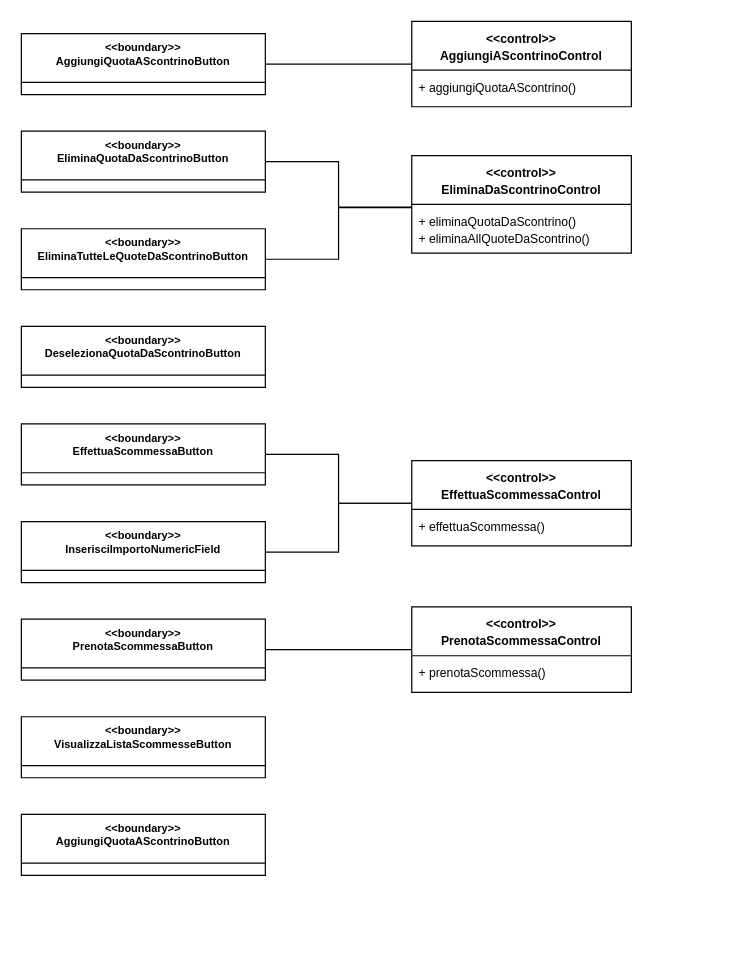
Earlier version of the draw.io diagram MO_GSC_1.drawio (RaffyManzo/ISProject). Source tidied: cells renumbered, new cells numbered last; positions are measured from the earlier drawing's top-left corner, leaving out a move shared by most shapes. Both pictures are drawn from the tidied source at 122%, with x=0, y=0 at pixel (21, 21).
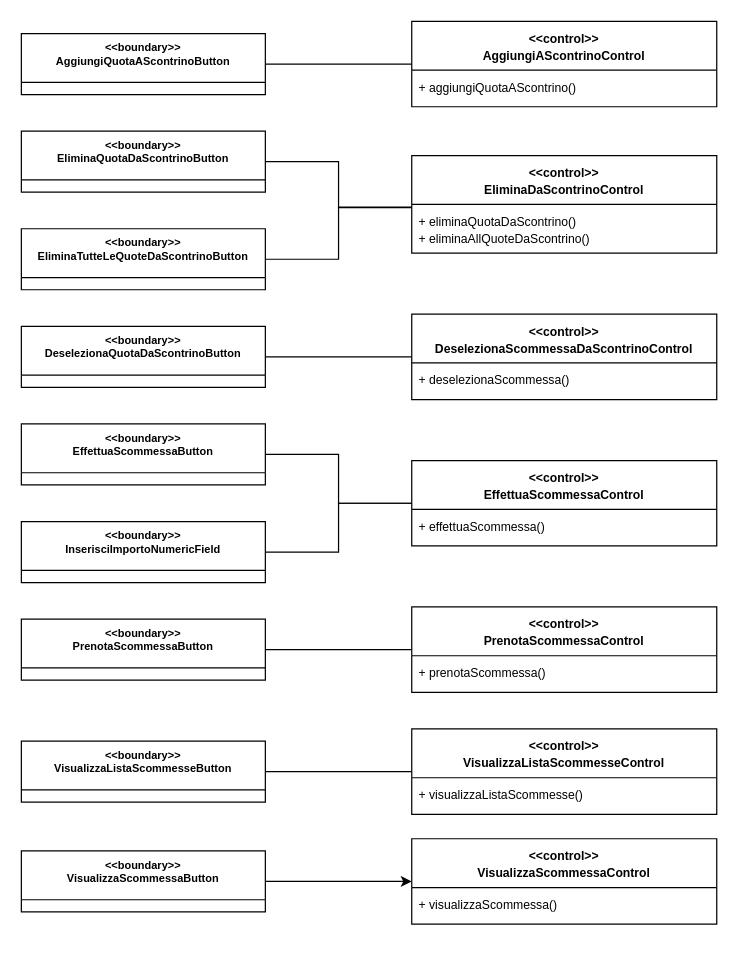
The same page after the edit.

The change refers to these unchanged cells:
```xml
<mxCell id="7" value="&lt;div style=&quot;font-size: 9px;&quot;&gt;&lt;font style=&quot;font-size: 9px;&quot;&gt;&amp;lt;&amp;lt;boundary&amp;gt;&amp;gt;&lt;br&gt;DeselezionaQuotaDaScontrinoButton&lt;br&gt;&lt;br&gt;&lt;/font&gt;&lt;/div&gt;&lt;div style=&quot;font-size: 11px;&quot;&gt;&lt;font style=&quot;font-size: 11px;&quot;&gt;&lt;br&gt;&lt;/font&gt;&lt;/div&gt;" style="swimlane;fontStyle=1;align=center;verticalAlign=top;horizontal=1;startSize=40;whiteSpace=wrap;html=1;" parent="1" vertex="1">
  <mxGeometry y="250" width="200" height="50" as="geometry" />
</mxCell>
```

The edit, as a diff of the source:
```diff
@@
+    <mxCell id="25" style="edgeStyle=orthogonalEdgeStyle;rounded=0;jettySize=auto;html=1;exitX=1;exitY=0.5;exitDx=0;exitDy=0;entryX=0;entryY=0.5;entryDx=0;entryDy=0;endArrow=none;endFill=0;" parent="1" edge="1" source="7" target="28">
+      <mxGeometry relative="1" as="geometry" />
+    </mxCell>
@@
+    <mxCell id="26" style="edgeStyle=orthogonalEdgeStyle;rounded=0;jettySize=auto;html=1;exitX=1;exitY=0.5;exitDx=0;exitDy=0;entryX=0;entryY=0.5;entryDx=0;entryDy=0;endArrow=none;endFill=0;" parent="1" edge="1" source="12" target="30">
+      <mxGeometry relative="1" as="geometry" />
+    </mxCell>
     <mxCell id="12" value="&lt;div style=&quot;font-size: 9px;&quot;&gt;&lt;font style=&quot;font-size: 9px;&quot;&gt;&amp;lt;&amp;lt;boundary&amp;gt;&amp;gt;&lt;br&gt;VisualizzaListaScommesseButton&lt;br&gt;&lt;br&gt;&lt;/font&gt;&lt;/div&gt;&lt;div style=&quot;font-size: 11px;&quot;&gt;&lt;font style=&quot;font-size: 11px;&quot;&gt;&lt;br&gt;&lt;/font&gt;&lt;/div&gt;" style="swimlane;fontStyle=1;align=center;verticalAlign=top;horizontal=1;startSize=40;whiteSpace=wrap;html=1;" parent="1" vertex="1">
-      <mxGeometry y="570" width="200" height="50" as="geometry" />
+      <mxGeometry y="590" width="200" height="50" as="geometry" />
     </mxCell>
+    <mxCell id="27" style="edgeStyle=orthogonalEdgeStyle;rounded=0;jettySize=auto;html=1;exitX=1;exitY=0.5;exitDx=0;exitDy=0;entryX=0;entryY=0.5;entryDx=0;entryDy=0;" parent="1" edge="1" source="13" target="32">
+      <mxGeometry relative="1" as="geometry" />
+    </mxCell>
-    <mxCell id="13" value="&lt;div style=&quot;font-size: 9px;&quot;&gt;&lt;font style=&quot;font-size: 9px;&quot;&gt;&amp;lt;&amp;lt;boundary&amp;gt;&amp;gt;&lt;br&gt;AggiungiQuotaAScontrinoButton&lt;br&gt;&lt;br&gt;&lt;/font&gt;&lt;/div&gt;&lt;div style=&quot;font-size: 11px;&quot;&gt;&lt;font style=&quot;font-size: 11px;&quot;&gt;&lt;br&gt;&lt;/font&gt;&lt;/div&gt;" style="swimlane;fontStyle=1;align=center;verticalAlign=top;horizontal=1;startSize=40;whiteSpace=wrap;html=1;" parent="1" vertex="1">
-      <mxGeometry y="650" width="200" height="50" as="geometry" />
+    <mxCell id="13" value="&lt;div style=&quot;font-size: 9px;&quot;&gt;&lt;font style=&quot;font-size: 9px;&quot;&gt;&amp;lt;&amp;lt;boundary&amp;gt;&amp;gt;&lt;br&gt;VisualizzaScommessaButton&lt;br&gt;&lt;br&gt;&lt;/font&gt;&lt;/div&gt;&lt;div style=&quot;font-size: 11px;&quot;&gt;&lt;font style=&quot;font-size: 11px;&quot;&gt;&lt;br&gt;&lt;/font&gt;&lt;/div&gt;" style="swimlane;fontStyle=1;align=center;verticalAlign=top;horizontal=1;startSize=40;whiteSpace=wrap;html=1;" parent="1" vertex="1">
+      <mxGeometry y="680" width="200" height="50" as="geometry" />
     </mxCell>
     <mxCell id="14" value="&lt;font style=&quot;font-size: 10px;&quot;&gt;&amp;lt;&amp;lt;control&amp;gt;&amp;gt;&lt;br&gt;&lt;span id=&quot;docs-internal-guid-7ee03893-7fff-98da-c368-7b05f4dbbb7c&quot; style=&quot;font-family: &amp;quot;Century Gothic&amp;quot;, sans-serif; color: rgb(0, 0, 0); background-color: transparent; font-weight: 700; font-style: normal; font-variant: normal; text-decoration: none; vertical-align: baseline; white-space: pre-wrap;&quot;&gt;AggiungiAScontrinoControl&lt;/span&gt;&lt;/font&gt;&lt;br&gt;&lt;br&gt;&lt;font style=&quot;font-size: 9px;&quot;&gt;&lt;br&gt;&lt;/font&gt;&lt;div&gt;&lt;br/&gt;&lt;/div&gt;" style="swimlane;fontStyle=1;align=center;verticalAlign=top;horizontal=1;startSize=40;whiteSpace=wrap;html=1;" parent="1" vertex="1">
-      <mxGeometry x="320" width="180" height="70" as="geometry" />
+      <mxGeometry x="320" width="250" height="70" as="geometry" />
     </mxCell>
     <mxCell id="15" value="&lt;font style=&quot;font-size: 10px;&quot;&gt;+ aggiungiQuotaAScontrino()&lt;/font&gt;" style="text;strokeColor=none;fillColor=none;align=left;verticalAlign=top;spacingLeft=4;spacingRight=4;overflow=hidden;whiteSpace=wrap;html=1;" parent="14" vertex="1">
-      <mxGeometry y="40" width="180" height="30" as="geometry" />
+      <mxGeometry y="40" width="250" height="30" as="geometry" />
     </mxCell>
     <mxCell id="16" value="&lt;font style=&quot;font-size: 10px;&quot;&gt;&amp;lt;&amp;lt;control&amp;gt;&amp;gt;&lt;br&gt;&lt;span id=&quot;docs-internal-guid-7ee03893-7fff-98da-c368-7b05f4dbbb7c&quot; style=&quot;font-family: &amp;quot;Century Gothic&amp;quot;, sans-serif; color: rgb(0, 0, 0); background-color: transparent; font-weight: 700; font-style: normal; font-variant: normal; text-decoration: none; vertical-align: baseline; white-space: pre-wrap;&quot;&gt;EliminaDaScontrinoControl&lt;/span&gt;&lt;/font&gt;&lt;br&gt;&lt;br&gt;&lt;font style=&quot;font-size: 9px;&quot;&gt;&lt;br&gt;&lt;/font&gt;&lt;div&gt;&lt;br&gt;&lt;/div&gt;" style="swimlane;fontStyle=1;align=center;verticalAlign=top;horizontal=1;startSize=40;whiteSpace=wrap;html=1;" parent="1" vertex="1">
-      <mxGeometry x="320" y="110" width="180" height="80" as="geometry" />
+      <mxGeometry x="320" y="110" width="250" height="80" as="geometry" />
     </mxCell>
     <mxCell id="17" value="&lt;font style=&quot;font-size: 10px;&quot;&gt;+ eliminaQuotaDaScontrino()&lt;br&gt;+ eliminaAllQuoteDaScontrino()&lt;/font&gt;" style="text;strokeColor=none;fillColor=none;align=left;verticalAlign=top;spacingLeft=4;spacingRight=4;overflow=hidden;points=[[0,0.5],[1,0.5]];portConstraint=eastwest;whiteSpace=wrap;html=1;" parent="16" vertex="1">
-      <mxGeometry y="40" width="180" height="40" as="geometry" />
+      <mxGeometry y="40" width="250" height="40" as="geometry" />
     </mxCell>
@@
     <mxCell id="19" value="&lt;font style=&quot;font-size: 10px;&quot;&gt;&amp;lt;&amp;lt;control&amp;gt;&amp;gt;&lt;br&gt;&lt;span id=&quot;docs-internal-guid-7ee03893-7fff-98da-c368-7b05f4dbbb7c&quot; style=&quot;font-family: &amp;quot;Century Gothic&amp;quot;, sans-serif; color: rgb(0, 0, 0); background-color: transparent; font-weight: 700; font-style: normal; font-variant: normal; text-decoration: none; vertical-align: baseline; white-space: pre-wrap;&quot;&gt;PrenotaScommessaControl&lt;/span&gt;&lt;/font&gt;&lt;br&gt;&lt;br&gt;&lt;font style=&quot;font-size: 9px;&quot;&gt;&lt;br&gt;&lt;/font&gt;&lt;div&gt;&lt;br&gt;&lt;/div&gt;" style="swimlane;fontStyle=1;align=center;verticalAlign=top;horizontal=1;startSize=40;whiteSpace=wrap;html=1;" parent="1" vertex="1">
-      <mxGeometry x="320" y="480" width="180" height="70" as="geometry" />
+      <mxGeometry x="320" y="480" width="250" height="70" as="geometry" />
     </mxCell>
     <mxCell id="20" value="&lt;font style=&quot;font-size: 10px;&quot;&gt;+ prenotaScommessa()&lt;/font&gt;" style="text;strokeColor=none;fillColor=none;align=left;verticalAlign=top;spacingLeft=4;spacingRight=4;overflow=hidden;whiteSpace=wrap;html=1;" parent="19" vertex="1">
-      <mxGeometry y="40" width="180" height="30" as="geometry" />
+      <mxGeometry y="40" width="250" height="30" as="geometry" />
     </mxCell>
     <mxCell id="21" value="&lt;font style=&quot;font-size: 10px;&quot;&gt;&amp;lt;&amp;lt;control&amp;gt;&amp;gt;&lt;br&gt;EffettuaScommessaControl&lt;/font&gt;&lt;br&gt;&lt;br&gt;&lt;font style=&quot;font-size: 9px;&quot;&gt;&lt;br&gt;&lt;/font&gt;&lt;div&gt;&lt;br&gt;&lt;/div&gt;" style="swimlane;fontStyle=1;align=center;verticalAlign=top;horizontal=1;startSize=40;whiteSpace=wrap;html=1;" parent="1" vertex="1">
-      <mxGeometry x="320" y="360" width="180" height="70" as="geometry" />
+      <mxGeometry x="320" y="360" width="250" height="70" as="geometry" />
     </mxCell>
     <mxCell id="22" value="&lt;font style=&quot;font-size: 10px;&quot;&gt;+ effettuaScommessa()&lt;/font&gt;" style="text;strokeColor=none;fillColor=none;align=left;verticalAlign=top;spacingLeft=4;spacingRight=4;overflow=hidden;whiteSpace=wrap;html=1;" parent="21" vertex="1">
-      <mxGeometry y="40" width="180" height="30" as="geometry" />
+      <mxGeometry y="40" width="250" height="30" as="geometry" />
     </mxCell>
@@
+    <mxCell id="28" value="&lt;font style=&quot;font-size: 10px;&quot;&gt;&amp;lt;&amp;lt;control&amp;gt;&amp;gt;&lt;br&gt;DeselezionaScommessaDaScontrinoControl&lt;/font&gt;&lt;br&gt;&lt;br&gt;&lt;font style=&quot;font-size: 9px;&quot;&gt;&lt;br&gt;&lt;/font&gt;&lt;div&gt;&lt;br&gt;&lt;/div&gt;" style="swimlane;fontStyle=1;align=center;verticalAlign=top;horizontal=1;startSize=40;whiteSpace=wrap;html=1;" parent="1" vertex="1">
+      <mxGeometry x="320" y="240" width="250" height="70" as="geometry" />
+    </mxCell>
+    <mxCell id="29" value="&lt;font style=&quot;font-size: 10px;&quot;&gt;+ deselezionaScommessa()&lt;/font&gt;" style="text;strokeColor=none;fillColor=none;align=left;verticalAlign=top;spacingLeft=4;spacingRight=4;overflow=hidden;whiteSpace=wrap;html=1;" parent="28" vertex="1">
+      <mxGeometry y="40" width="250" height="30" as="geometry" />
+    </mxCell>
+    <mxCell id="30" value="&lt;font style=&quot;font-size: 10px;&quot;&gt;&amp;lt;&amp;lt;control&amp;gt;&amp;gt;&lt;br&gt;&lt;span id=&quot;docs-internal-guid-7ee03893-7fff-98da-c368-7b05f4dbbb7c&quot; style=&quot;font-family: &amp;quot;Century Gothic&amp;quot;, sans-serif; color: rgb(0, 0, 0); background-color: transparent; font-weight: 700; font-style: normal; font-variant: normal; text-decoration: none; vertical-align: baseline; white-space: pre-wrap;&quot;&gt;VisualizzaListaScommesseControl&lt;/span&gt;&lt;/font&gt;&lt;br&gt;&lt;br&gt;&lt;font style=&quot;font-size: 9px;&quot;&gt;&lt;br&gt;&lt;/font&gt;&lt;div&gt;&lt;br&gt;&lt;/div&gt;" style="swimlane;fontStyle=1;align=center;verticalAlign=top;horizontal=1;startSize=40;whiteSpace=wrap;html=1;" parent="1" vertex="1">
+      <mxGeometry x="320" y="580" width="250" height="70" as="geometry" />
+    </mxCell>
+    <mxCell id="31" value="&lt;font style=&quot;font-size: 10px;&quot;&gt;+ visualizzaListaScommesse()&lt;/font&gt;" style="text;strokeColor=none;fillColor=none;align=left;verticalAlign=top;spacingLeft=4;spacingRight=4;overflow=hidden;whiteSpace=wrap;html=1;" parent="30" vertex="1">
+      <mxGeometry y="40" width="250" height="30" as="geometry" />
+    </mxCell>
+    <mxCell id="32" value="&lt;font style=&quot;font-size: 10px;&quot;&gt;&amp;lt;&amp;lt;control&amp;gt;&amp;gt;&lt;br&gt;&lt;span id=&quot;docs-internal-guid-7ee03893-7fff-98da-c368-7b05f4dbbb7c&quot; style=&quot;font-family: &amp;quot;Century Gothic&amp;quot;, sans-serif; color: rgb(0, 0, 0); background-color: transparent; font-weight: 700; font-style: normal; font-variant: normal; text-decoration: none; vertical-align: baseline; white-space: pre-wrap;&quot;&gt;VisualizzaScommessaControl&lt;/span&gt;&lt;/font&gt;&lt;br&gt;&lt;br&gt;&lt;font style=&quot;font-size: 9px;&quot;&gt;&lt;br&gt;&lt;/font&gt;&lt;div&gt;&lt;br&gt;&lt;/div&gt;" style="swimlane;fontStyle=1;align=center;verticalAlign=top;horizontal=1;startSize=40;whiteSpace=wrap;html=1;" parent="1" vertex="1">
+      <mxGeometry x="320" y="670" width="250" height="70" as="geometry" />
+    </mxCell>
+    <mxCell id="33" value="&lt;font style=&quot;font-size: 10px;&quot;&gt;+ visualizzaScommessa()&lt;/font&gt;" style="text;strokeColor=none;fillColor=none;align=left;verticalAlign=top;spacingLeft=4;spacingRight=4;overflow=hidden;whiteSpace=wrap;html=1;" parent="32" vertex="1">
+      <mxGeometry y="40" width="250" height="30" as="geometry" />
+    </mxCell>
```
